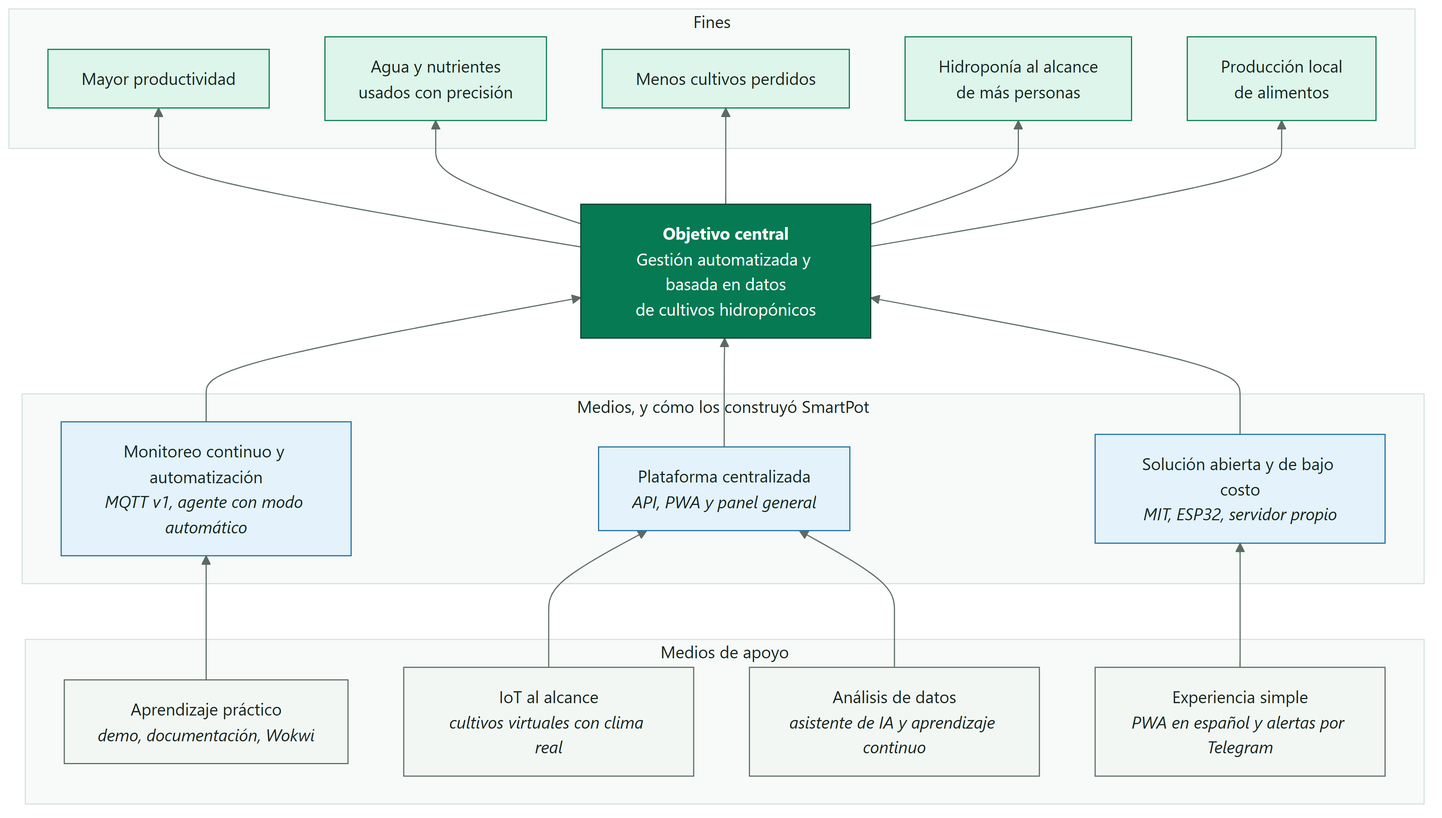
Before: docs/diagrams/SmartPot_19_Objective_Tree.png, a diagram exported from Mermaid (SmartPotTech/.github). Its source is kept beside it as docs/diagrams/SmartPot_19_Objective_Tree.mmd. Source of this version:
```mermaid
%%{init: {"theme": "base", "fontFamily": "Segoe UI, Arial, sans-serif", "themeVariables": {"fontFamily": "Segoe UI, Arial, sans-serif", "fontSize": "15px", "primaryColor": "#DDF5EA", "primaryTextColor": "#17261F", "primaryBorderColor": "#067A52", "secondaryColor": "#E3F2FB", "secondaryTextColor": "#17261F", "secondaryBorderColor": "#1F6FA0", "tertiaryColor": "#F2F7F4", "tertiaryTextColor": "#17261F", "tertiaryBorderColor": "#D5E3DC", "lineColor": "#5B6B63", "textColor": "#17261F", "mainBkg": "#DDF5EA", "nodeBorder": "#067A52", "clusterBkg": "#F7FAF8", "clusterBorder": "#D5E3DC", "edgeLabelBackground": "#FFFFFF", "actorBkg": "#067A52", "actorBorder": "#0B3D2B", "actorTextColor": "#FFFFFF", "actorLineColor": "#5B6B63", "signalColor": "#17261F", "signalTextColor": "#17261F", "labelBoxBkgColor": "#0B3D2B", "labelBoxBorderColor": "#0B3D2B", "labelTextColor": "#FFFFFF", "loopTextColor": "#0B3D2B", "noteBkgColor": "#FDF4DD", "noteBorderColor": "#C98D12", "noteTextColor": "#17261F", "activationBkgColor": "#DDF5EA", "activationBorderColor": "#067A52", "attributeBackgroundColorOdd": "#FFFFFF", "attributeBackgroundColorEven": "#F2F7F4"}}}%%
flowchart BT
  subgraph fines["Fines"]
    f1["Mayor productividad"]
    f2["Agua y nutrientes<br/>usados con precisión"]
    f3["Menos cultivos perdidos"]
    f4["Hidroponía al alcance<br/>de más personas"]
    f5["Producción local<br/>de alimentos"]
  end
  objetivo["<b>Objetivo central</b><br/>Gestión automatizada y basada en datos<br/>de cultivos hidropónicos"]
  subgraph medios["Medios, y cómo los construyó SmartPot"]
    m1["Monitoreo continuo y automatización<br/><i>MQTT v1, agente con modo automático</i>"]
    m2["Plataforma centralizada<br/><i>API, PWA y panel general</i>"]
    m3["Solución abierta y de bajo costo<br/><i>MIT, ESP32, servidor propio</i>"]
  end
  subgraph apoyos["Medios de apoyo"]
    a1["Aprendizaje práctico<br/><i>demo, documentación, Wokwi</i>"]
    a2["IoT al alcance<br/><i>cultivos virtuales con clima real</i>"]
    a3["Análisis de datos<br/><i>asistente de IA y aprendizaje continuo</i>"]
    a4["Experiencia simple<br/><i>PWA en español y alertas por Telegram</i>"]
  end
  objetivo --> f1 & f2 & f3 & f4 & f5
  m1 & m2 & m3 --> objetivo
  a1 --> m1
  a2 --> m2
  a3 --> m2
  a4 --> m3
  classDef leaf fill:#DDF5EA,stroke:#067A52,color:#17261F
  classDef water fill:#E3F2FB,stroke:#1F6FA0,color:#17261F
  classDef sun fill:#FDF4DD,stroke:#C98D12,color:#17261F
  classDef clay fill:#FBE9E1,stroke:#B85A38,color:#17261F
  classDef core fill:#067A52,stroke:#0B3D2B,color:#FFFFFF
  classDef deep fill:#0B3D2B,stroke:#06281C,color:#FFFFFF
  classDef muted fill:#F2F7F4,stroke:#5B6B63,color:#17261F
  class f1,f2,f3,f4,f5 leaf
  class objetivo core
  class m1,m2,m3 water
  class a1,a2,a3,a4 muted
```
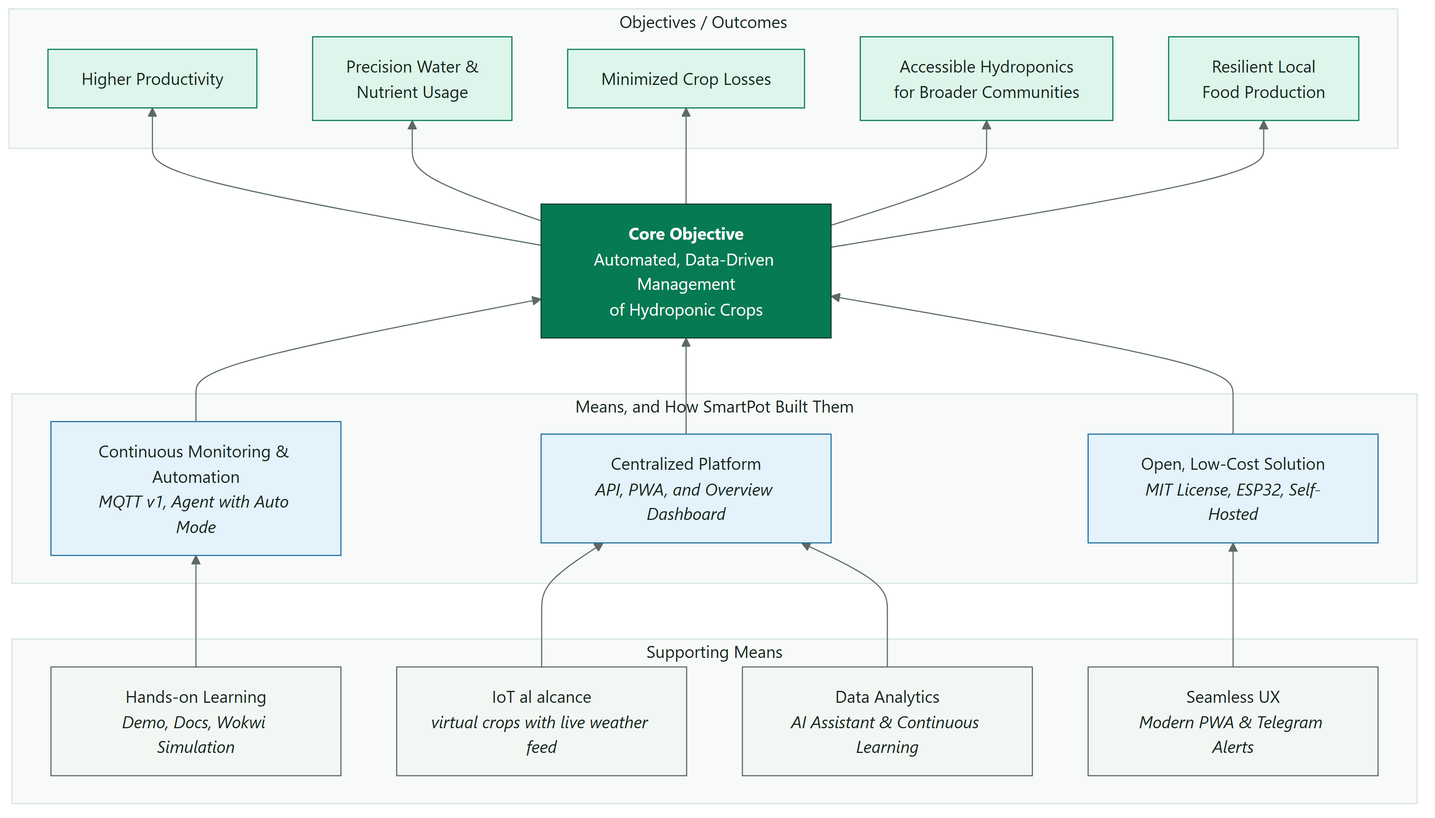
Above is the later version.

Diff of the diagram source:
```diff
@@ -1,23 +1,23 @@
 %%{init: {"theme": "base", "fontFamily": "Segoe UI, Arial, sans-serif", "themeVariables": {"fontFamily": "Segoe UI, Arial, sans-serif", "fontSize": "15px", "primaryColor": "#DDF5EA", "primaryTextColor": "#17261F", "primaryBorderColor": "#067A52", "secondaryColor": "#E3F2FB", "secondaryTextColor": "#17261F", "secondaryBorderColor": "#1F6FA0", "tertiaryColor": "#F2F7F4", "tertiaryTextColor": "#17261F", "tertiaryBorderColor": "#D5E3DC", "lineColor": "#5B6B63", "textColor": "#17261F", "mainBkg": "#DDF5EA", "nodeBorder": "#067A52", "clusterBkg": "#F7FAF8", "clusterBorder": "#D5E3DC", "edgeLabelBackground": "#FFFFFF", "actorBkg": "#067A52", "actorBorder": "#0B3D2B", "actorTextColor": "#FFFFFF", "actorLineColor": "#5B6B63", "signalColor": "#17261F", "signalTextColor": "#17261F", "labelBoxBkgColor": "#0B3D2B", "labelBoxBorderColor": "#0B3D2B", "labelTextColor": "#FFFFFF", "loopTextColor": "#0B3D2B", "noteBkgColor": "#FDF4DD", "noteBorderColor": "#C98D12", "noteTextColor": "#17261F", "activationBkgColor": "#DDF5EA", "activationBorderColor": "#067A52", "attributeBackgroundColorOdd": "#FFFFFF", "attributeBackgroundColorEven": "#F2F7F4"}}}%%
 flowchart BT
-  subgraph fines["Fines"]
-    f1["Mayor productividad"]
-    f2["Agua y nutrientes<br/>usados con precisión"]
-    f3["Menos cultivos perdidos"]
-    f4["Hidroponía al alcance<br/>de más personas"]
-    f5["Producción local<br/>de alimentos"]
+  subgraph fines["Objectives / Outcomes"]
+    f1["Higher Productivity"]
+    f2["Precision Water &<br/>Nutrient Usage"]
+    f3["Minimized Crop Losses"]
+    f4["Accessible Hydroponics<br/>for Broader Communities"]
+    f5["Resilient Local<br/>Food Production"]
   end
-  objetivo["<b>Objetivo central</b><br/>Gestión automatizada y basada en datos<br/>de cultivos hidropónicos"]
-  subgraph medios["Medios, y cómo los construyó SmartPot"]
-    m1["Monitoreo continuo y automatización<br/><i>MQTT v1, agente con modo automático</i>"]
-    m2["Plataforma centralizada<br/><i>API, PWA y panel general</i>"]
-    m3["Solución abierta y de bajo costo<br/><i>MIT, ESP32, servidor propio</i>"]
+  objetivo["<b>Core Objective</b><br/>Automated, Data-Driven Management<br/>of Hydroponic Crops"]
+  subgraph medios["Means, and How SmartPot Built Them"]
+    m1["Continuous Monitoring & Automation<br/><i>MQTT v1, Agent with Auto Mode</i>"]
+    m2["Centralized Platform<br/><i>API, PWA, and Overview Dashboard</i>"]
+    m3["Open, Low-Cost Solution<br/><i>MIT License, ESP32, Self-Hosted</i>"]
   end
-  subgraph apoyos["Medios de apoyo"]
-    a1["Aprendizaje práctico<br/><i>demo, documentación, Wokwi</i>"]
-    a2["IoT al alcance<br/><i>cultivos virtuales con clima real</i>"]
-    a3["Análisis de datos<br/><i>asistente de IA y aprendizaje continuo</i>"]
-    a4["Experiencia simple<br/><i>PWA en español y alertas por Telegram</i>"]
+  subgraph apoyos["Supporting Means"]
+    a1["Hands-on Learning<br/><i>Demo, Docs, Wokwi Simulation</i>"]
+    a2["IoT al alcance<br/><i>virtual crops with live weather feed</i>"]
+    a3["Data Analytics<br/><i>AI Assistant & Continuous Learning</i>"]
+    a4["Seamless UX<br/><i>Modern PWA & Telegram Alerts</i>"]
   end
   objetivo --> f1 & f2 & f3 & f4 & f5
   m1 & m2 & m3 --> objetivo
```
